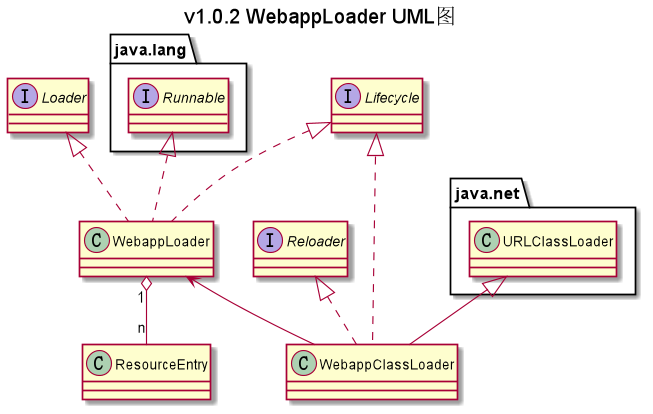
The PlantUML diagram uml/v1.0.2/loader.png in Executioner2/http-server, before a commit. Source of this version:
```plantuml
@startuml
title v1.0.2 WebappLoader UML图

interface Loader
interface Reloader
interface Lifecycle
interface java.lang.Runnable
class ResourceEntry
class WebappClassLoader
class WebappLoader
class java.net.URLClassLoader

Lifecycle <|.. WebappClassLoader
Lifecycle <|.. WebappLoader
java.lang.Runnable <|.. WebappLoader
Loader <|.. WebappLoader
Reloader <|.. WebappClassLoader
java.net.URLClassLoader <|-- WebappClassLoader
WebappLoader <-- WebappClassLoader
WebappLoader "1" o-- "n" ResourceEntry

@enduml
```
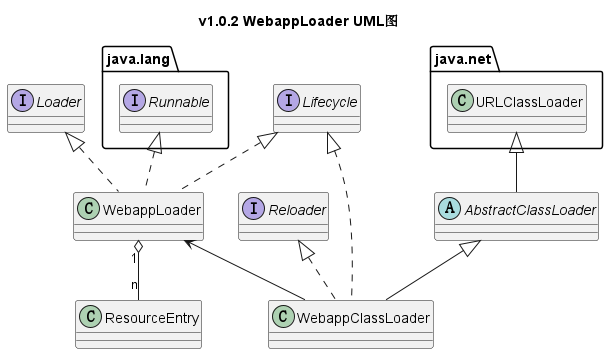
Above is the later version.

What changed in the source:
```diff
@@ -9,14 +9,16 @@
 class WebappClassLoader
 class WebappLoader
 class java.net.URLClassLoader
+abstract class AbstractClassLoader
 
 Lifecycle <|.. WebappClassLoader
 Lifecycle <|.. WebappLoader
 java.lang.Runnable <|.. WebappLoader
 Loader <|.. WebappLoader
 Reloader <|.. WebappClassLoader
-java.net.URLClassLoader <|-- WebappClassLoader
+java.net.URLClassLoader <|-- AbstractClassLoader
 WebappLoader <-- WebappClassLoader
 WebappLoader "1" o-- "n" ResourceEntry
+AbstractClassLoader <|-- WebappClassLoader
 
 @enduml
```
